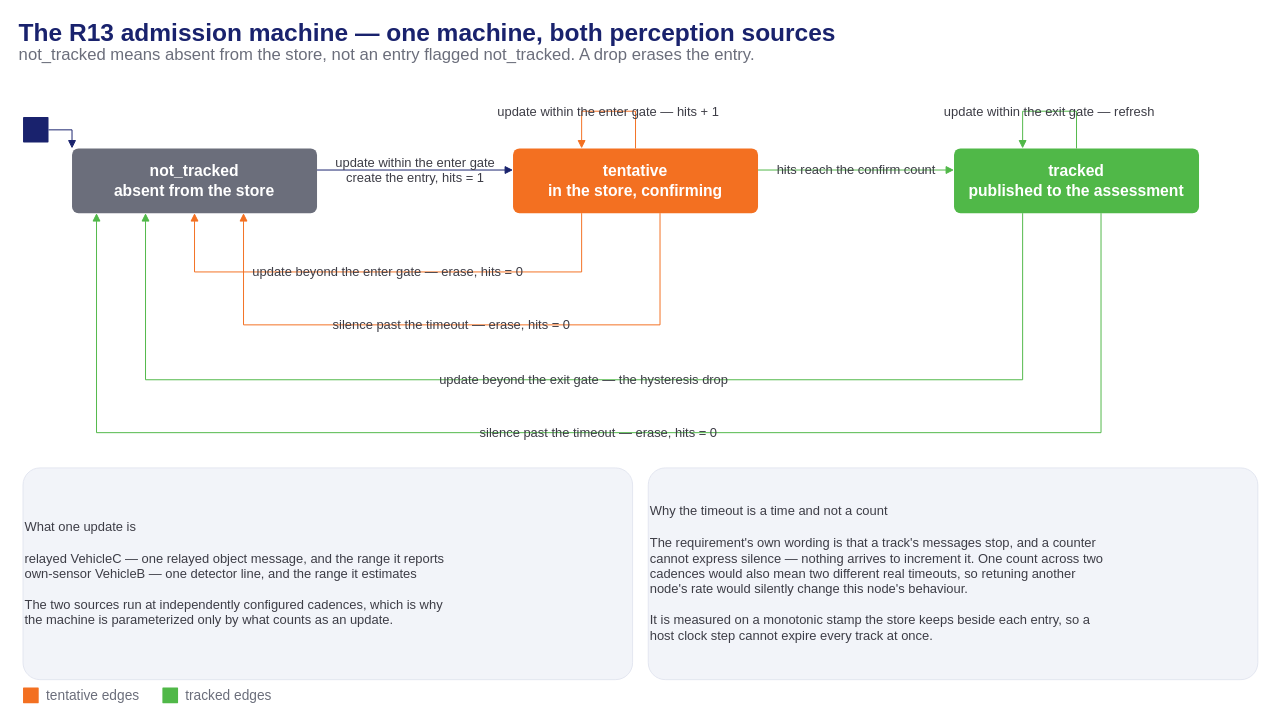
Above: presentation/assets/phase2-4-ada-admission.drawio in mnpham2101/FPT-Hackathon2026 (draw.io), before the change. Source tidied: cells renumbered, new cells numbered last; positions are measured from the earlier drawing's top-left corner, leaving out a move shared by most shapes. Both pictures are drawn from the tidied source at 98%, with x=0, y=0 at pixel (17, 21).
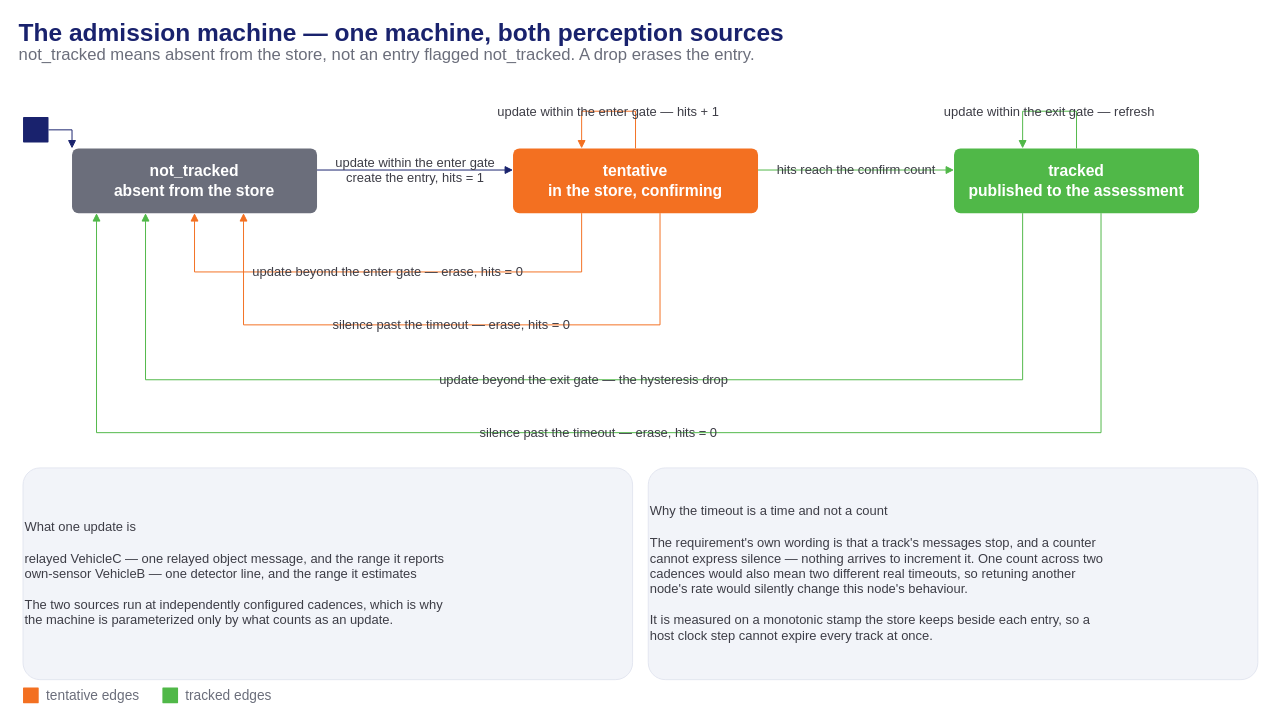
The same page after the edit.

The edit, as a diff of the source:
```diff
@@
-    <mxCell id="2" value="The R13 admission machine — one machine, both perception sources" style="text;html=1;align=left;verticalAlign=middle;fontSize=25.0;fontColor=#19226D;fontStyle=1;" parent="1" vertex="1">
+    <mxCell id="2" value="The admission machine — one machine, both perception sources" style="text;html=1;align=left;verticalAlign=middle;fontSize=25.0;fontColor=#19226D;fontStyle=1;" parent="1" vertex="1">
       <mxGeometry width="1272" height="22" as="geometry" />
     </mxCell>
```
